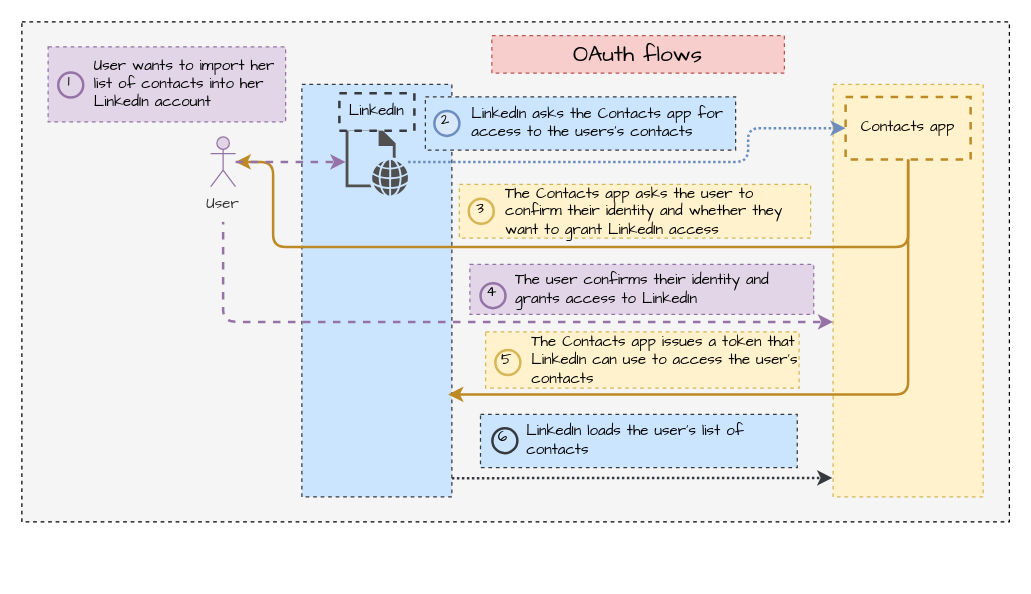
This is page "oauth" (7 of 8) of build_api_python_workshop.drawio from abunuwas/conferences-images, a draw.io file, before an edit. Source tidied: cells renumbered, new cells numbered last; positions are measured from the earlier drawing's top-left corner, leaving out a move shared by most shapes. Both pictures are drawn from the tidied source at 125%, with x=0, y=0 at pixel (21, 21). Pictures stored in the file or linked from it are replaced by grey dashed boxes.
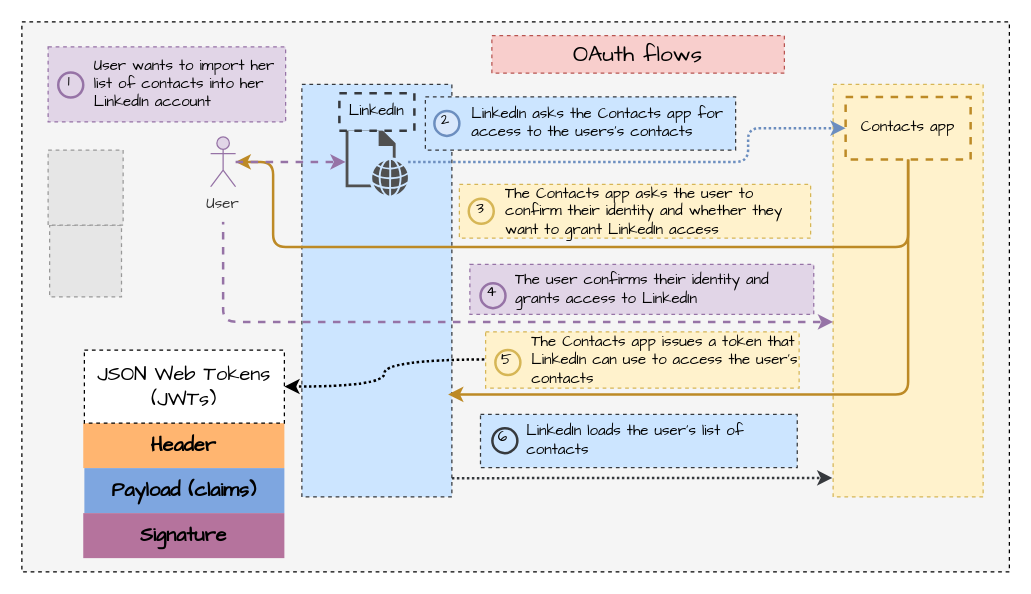
The same page after the edit.

What changed in the source:
```diff
@@
     <mxCell id="2" style="rounded=0;whiteSpace=wrap;html=1;fontFamily=Comic Sans MS;dashed=1;fillColor=#f5f5f5;fontColor=#333333;strokeColor=default;" parent="1" vertex="1">
-      <mxGeometry width="790" height="400" as="geometry" />
+      <mxGeometry width="790" height="440" as="geometry" />
     </mxCell>
@@
+    <mxCell id="29" style="edgeStyle=orthogonalEdgeStyle;rounded=1;jettySize=auto;html=1;entryX=1;entryY=0.5;entryDx=0;entryDy=0;strokeColor=default;dashed=1;strokeWidth=2;curved=1;dashPattern=1 1;" parent="1" edge="1" target="33">
+      <mxGeometry relative="1" as="geometry">
+        <mxPoint x="370" y="270" as="sourcePoint" />
+      </mxGeometry>
+    </mxCell>
@@
+    <mxCell id="30" value="Header" style="text;html=1;strokeColor=none;fillColor=#FFB570;align=center;verticalAlign=middle;whiteSpace=wrap;rounded=0;fontFamily=Comic Sans MS;fontSize=16;fontStyle=1;" parent="1" vertex="1">
+      <mxGeometry x="49.1" y="321" width="160.9" height="36" as="geometry" />
+    </mxCell>
+    <mxCell id="31" value="Payload (claims)" style="text;html=1;strokeColor=none;fillColor=#7EA6E0;align=center;verticalAlign=middle;whiteSpace=wrap;rounded=0;fontFamily=Comic Sans MS;fontSize=16;fontStyle=1;" parent="1" vertex="1">
+      <mxGeometry x="50" y="357" width="160" height="36" as="geometry" />
+    </mxCell>
+    <mxCell id="32" value="Signature" style="text;html=1;strokeColor=none;fillColor=#B5739D;align=center;verticalAlign=middle;whiteSpace=wrap;rounded=0;fontFamily=Comic Sans MS;fontSize=16;fontStyle=1;" parent="1" vertex="1">
+      <mxGeometry x="49.1" y="393" width="160.9" height="36" as="geometry" />
+    </mxCell>
+    <mxCell id="33" value="JSON Web Tokens (JWTs)" style="rounded=0;whiteSpace=wrap;html=1;dashed=1;fontFamily=Comic Sans MS;fontSize=16;fontColor=#000000;strokeColor=#000000;" parent="1" vertex="1">
+      <mxGeometry x="50" y="262.5" width="160" height="58.5" as="geometry" />
+    </mxCell>
+    <mxCell id="34" style="fillColor=#E6E6E6;strokeColor=#999999;dashed=1;verticalLabelPosition=bottom;verticalAlign=top;" parent="1" vertex="1">
+      <mxGeometry x="22.2" y="162.5" width="57.5" height="57.5" as="geometry" />
+    </mxCell>
+    <mxCell id="35" style="fillColor=#E6E6E6;strokeColor=#999999;dashed=1;verticalLabelPosition=bottom;verticalAlign=top;" parent="1" vertex="1">
+      <mxGeometry x="21" y="102.5" width="60" height="60" as="geometry" />
+    </mxCell>
```
